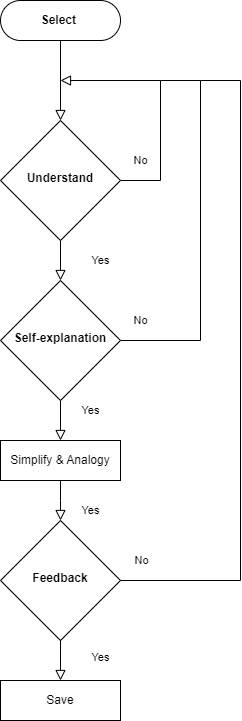
This is Feynman.png from fightmeat/photos, a draw.io export, as it was before one commit. Source tidied: cells renumbered, new cells last; positions are measured from the earlier drawing's top-left corner, leaving out a move shared by most shapes.
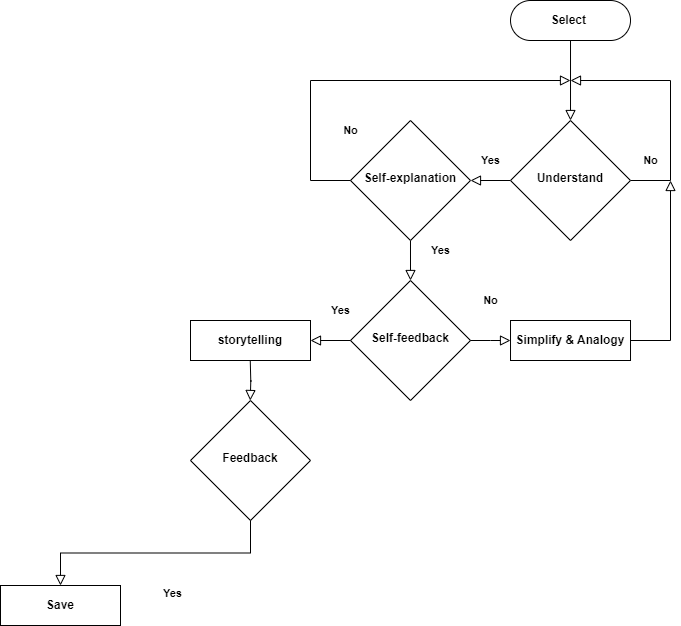
The same file after the commit.

What changed in the source:
```diff
@@ -8,10 +8,10 @@
     <mxCell id="3" value="&lt;b&gt;Select&amp;nbsp;&lt;/b&gt;" style="rounded=1;whiteSpace=wrap;html=1;fontSize=12;glass=0;strokeWidth=1;shadow=0;arcSize=50;" parent="1" vertex="1">
       <mxGeometry width="120" height="40" as="geometry" />
     </mxCell>
-    <mxCell id="4" value="Yes" style="rounded=0;html=1;jettySize=auto;fontSize=11;endArrow=block;endFill=0;endSize=8;strokeWidth=1;shadow=0;labelBackgroundColor=none;edgeStyle=orthogonalEdgeStyle;" parent="1" edge="1" source="6" target="9">
-      <mxGeometry y="40" relative="1" as="geometry" />
+    <mxCell id="4" value="&lt;b&gt;Yes&lt;/b&gt;" style="rounded=0;html=1;jettySize=auto;fontSize=11;endArrow=block;endFill=0;endSize=8;strokeWidth=1;shadow=0;labelBackgroundColor=none;edgeStyle=orthogonalEdgeStyle;" parent="1" edge="1" source="6" target="9">
+      <mxGeometry y="-20" relative="1" as="geometry" />
     </mxCell>
-    <mxCell id="5" value="No" style="edgeStyle=orthogonalEdgeStyle;rounded=0;html=1;jettySize=auto;fontSize=11;endArrow=block;endFill=0;endSize=8;strokeWidth=1;shadow=0;labelBackgroundColor=none;exitX=1;exitY=0.5;exitDx=0;exitDy=0;" parent="1" edge="1" source="6">
+    <mxCell id="5" value="&lt;b&gt;No&lt;/b&gt;" style="edgeStyle=orthogonalEdgeStyle;rounded=0;html=1;jettySize=auto;fontSize=11;endArrow=block;endFill=0;endSize=8;strokeWidth=1;shadow=0;labelBackgroundColor=none;exitX=1;exitY=0.5;exitDx=0;exitDy=0;" parent="1" edge="1" source="6">
       <mxGeometry x="-0.5" y="20" relative="1" as="geometry">
         <mxPoint x="60" y="80" as="targetPoint" />
         <Array as="points">
@@ -23,46 +23,63 @@
     <mxCell id="6" value="&lt;b&gt;Understand&lt;/b&gt;" style="rhombus;whiteSpace=wrap;html=1;shadow=0;fontFamily=Helvetica;fontSize=12;align=center;strokeWidth=1;spacing=6;spacingTop=-4;" parent="1" vertex="1">
       <mxGeometry y="120" width="120" height="120" as="geometry" />
     </mxCell>
-    <mxCell id="7" value="No" style="rounded=0;html=1;jettySize=auto;fontSize=11;endArrow=none;endFill=0;strokeWidth=1;shadow=0;labelBackgroundColor=none;edgeStyle=orthogonalEdgeStyle;exitX=1;exitY=0.5;exitDx=0;exitDy=0;" parent="1" edge="1" source="9">
-      <mxGeometry x="-0.89" y="20" relative="1" as="geometry">
-        <mxPoint x="160" y="80" as="targetPoint" />
-        <Array as="points">
-          <mxPoint x="200" y="340" />
-          <mxPoint x="200" y="80" />
-        </Array>
-      </mxGeometry>
-    </mxCell>
-    <mxCell id="8" value="Yes" style="edgeStyle=orthogonalEdgeStyle;rounded=0;html=1;jettySize=auto;fontSize=11;endArrow=block;endFill=0;endSize=8;strokeWidth=1;shadow=0;labelBackgroundColor=none;entryX=0.5;entryY=0;entryDx=0;entryDy=0;exitX=0.5;exitY=1;exitDx=0;exitDy=0;" parent="1" edge="1" source="9" target="11">
+    <mxCell id="8" value="&lt;b&gt;Yes&lt;/b&gt;" style="edgeStyle=orthogonalEdgeStyle;rounded=0;html=1;jettySize=auto;fontSize=11;endArrow=block;endFill=0;endSize=8;strokeWidth=1;shadow=0;labelBackgroundColor=none;entryX=0.5;entryY=0;entryDx=0;entryDy=0;exitX=0.5;exitY=1;exitDx=0;exitDy=0;" parent="1" edge="1" source="9" target="18">
       <mxGeometry x="-0.5" y="30" relative="1" as="geometry" />
     </mxCell>
     <mxCell id="9" value="&lt;b&gt;Self-explanation&lt;/b&gt;" style="rhombus;whiteSpace=wrap;html=1;shadow=0;fontFamily=Helvetica;fontSize=12;align=center;strokeWidth=1;spacing=6;spacingTop=-4;" parent="1" vertex="1">
-      <mxGeometry y="280" width="120" height="120" as="geometry" />
+      <mxGeometry x="-160" y="120" width="120" height="120" as="geometry" />
     </mxCell>
     <mxCell id="10" value="&lt;b&gt;Feedback&lt;/b&gt;" style="rhombus;whiteSpace=wrap;html=1;shadow=0;fontFamily=Helvetica;fontSize=12;align=center;strokeWidth=1;spacing=6;spacingTop=-4;" parent="1" vertex="1">
-      <mxGeometry y="520" width="120" height="120" as="geometry" />
+      <mxGeometry x="-320" y="400" width="120" height="120" as="geometry" />
     </mxCell>
-    <mxCell id="11" value="Simplify &amp;amp; Analogy" style="rounded=1;whiteSpace=wrap;html=1;fontSize=12;glass=0;strokeWidth=1;shadow=0;arcSize=0;" parent="1" vertex="1">
-      <mxGeometry y="440" width="120" height="40" as="geometry" />
+    <mxCell id="11" value="&lt;b&gt;Simplify &amp;amp; Analogy&lt;/b&gt;" style="rounded=1;whiteSpace=wrap;html=1;fontSize=12;glass=0;strokeWidth=1;shadow=0;arcSize=0;" parent="1" vertex="1">
+      <mxGeometry y="320" width="120" height="40" as="geometry" />
     </mxCell>
-    <mxCell id="12" value="Yes" style="edgeStyle=orthogonalEdgeStyle;rounded=0;html=1;jettySize=auto;fontSize=11;endArrow=block;endFill=0;endSize=8;strokeWidth=1;shadow=0;labelBackgroundColor=none;exitX=0.5;exitY=1;exitDx=0;exitDy=0;" parent="1" edge="1" source="11">
-      <mxGeometry x="0.47" y="30" relative="1" as="geometry">
-        <mxPoint x="60" y="520" as="targetPoint" />
+    <mxCell id="12" style="edgeStyle=orthogonalEdgeStyle;rounded=0;html=1;jettySize=auto;orthogonalLoop=1;fontSize=11;endArrow=block;endFill=0;endSize=8;strokeWidth=1;shadow=0;labelBackgroundColor=none;" parent="1" edge="1">
+      <mxGeometry x="-0.82" y="190" relative="1" as="geometry">
+        <mxPoint x="120" y="340" as="sourcePoint" />
+        <mxPoint x="160" y="180" as="targetPoint" />
+        <Array as="points">
+          <mxPoint x="160" y="340" />
+        </Array>
       </mxGeometry>
     </mxCell>
-    <mxCell id="13" value="No" style="edgeStyle=orthogonalEdgeStyle;rounded=0;html=1;jettySize=auto;fontSize=11;endArrow=none;endFill=0;endSize=8;strokeWidth=1;shadow=0;labelBackgroundColor=none;exitX=1;exitY=0.5;exitDx=0;exitDy=0;" parent="1" edge="1" source="10">
-      <mxGeometry x="-0.94" y="20" relative="1" as="geometry">
-        <mxPoint x="200" y="80" as="targetPoint" />
-        <Array as="points">
-          <mxPoint x="240" y="580" />
-          <mxPoint x="240" y="80" />
-        </Array>
-      </mxGeometry>
-    </mxCell>
-    <mxCell id="14" value="Save" style="rounded=1;whiteSpace=wrap;html=1;fontSize=12;glass=0;strokeWidth=1;shadow=0;arcSize=0;" parent="1" vertex="1">
-      <mxGeometry y="680" width="120" height="40" as="geometry" />
+    <mxCell id="14" value="&lt;b&gt;Save&lt;/b&gt;" style="rounded=1;whiteSpace=wrap;html=1;fontSize=12;glass=0;strokeWidth=1;shadow=0;arcSize=0;" parent="1" vertex="1">
+      <mxGeometry x="-510" y="585" width="120" height="40" as="geometry" />
     </mxCell>
-    <mxCell id="15" value="Yes" style="edgeStyle=orthogonalEdgeStyle;rounded=0;html=1;jettySize=auto;fontSize=11;endArrow=block;endFill=0;endSize=8;strokeWidth=1;shadow=0;labelBackgroundColor=none;entryX=0.5;entryY=0;entryDx=0;entryDy=0;exitX=0.5;exitY=1;exitDx=0;exitDy=0;" parent="1" edge="1" source="10" target="14">
+    <mxCell id="15" value="&lt;b&gt;Yes&lt;/b&gt;" style="edgeStyle=orthogonalEdgeStyle;rounded=0;html=1;jettySize=auto;fontSize=11;endArrow=block;endFill=0;endSize=8;strokeWidth=1;shadow=0;labelBackgroundColor=none;entryX=0.5;entryY=0;entryDx=0;entryDy=0;exitX=0.5;exitY=1;exitDx=0;exitDy=0;" parent="1" edge="1" source="10" target="14">
       <mxGeometry x="-0.13" y="40" relative="1" as="geometry" />
     </mxCell>
+    <mxCell id="16" value="&lt;b&gt;storytelling&lt;/b&gt;" style="rounded=1;whiteSpace=wrap;html=1;fontSize=12;glass=0;strokeWidth=1;shadow=0;arcSize=0;" parent="1" vertex="1">
+      <mxGeometry x="-320" y="320" width="120" height="40" as="geometry" />
+    </mxCell>
+    <mxCell id="17" value="&lt;b&gt;No&lt;/b&gt;" style="edgeStyle=orthogonalEdgeStyle;rounded=0;html=1;jettySize=auto;fontSize=11;endArrow=block;endFill=0;endSize=8;strokeWidth=1;shadow=0;labelBackgroundColor=none;exitX=0;exitY=0.5;exitDx=0;exitDy=0;" parent="1" edge="1" source="9">
+      <mxGeometry x="-0.55" y="-40" relative="1" as="geometry">
+        <mxPoint x="60" y="80" as="targetPoint" />
+        <Array as="points">
+          <mxPoint x="-200" y="180" />
+          <mxPoint x="-200" y="80" />
+        </Array>
+      </mxGeometry>
+    </mxCell>
+    <mxCell id="18" value="&lt;b&gt;Self-feedback&lt;/b&gt;" style="rhombus;whiteSpace=wrap;html=1;shadow=0;fontFamily=Helvetica;fontSize=12;align=center;strokeWidth=1;spacing=6;spacingTop=-4;" parent="1" vertex="1">
+      <mxGeometry x="-160" y="280" width="120" height="120" as="geometry" />
+    </mxCell>
+    <mxCell id="19" value="&lt;b&gt;Yes&lt;/b&gt;" style="edgeStyle=orthogonalEdgeStyle;rounded=0;html=1;jettySize=auto;fontSize=11;endArrow=block;endFill=0;endSize=8;strokeWidth=1;shadow=0;labelBackgroundColor=none;exitX=0;exitY=0.5;exitDx=0;exitDy=0;entryX=1;entryY=0.5;entryDx=0;entryDy=0;" parent="1" edge="1" source="18" target="16">
+      <mxGeometry x="-0.5" y="-30" relative="1" as="geometry" />
+    </mxCell>
+    <mxCell id="20" value="&lt;b&gt;No&lt;/b&gt;" style="edgeStyle=orthogonalEdgeStyle;rounded=0;html=1;jettySize=auto;fontSize=11;endArrow=block;endFill=0;endSize=8;strokeWidth=1;shadow=0;labelBackgroundColor=none;exitX=1;exitY=0.5;exitDx=0;exitDy=0;" parent="1" edge="1" source="18">
+      <mxGeometry x="-0.01" y="-40" relative="1" as="geometry">
+        <mxPoint y="340" as="targetPoint" />
+        <mxPoint x="40" y="-40" as="offset" />
+      </mxGeometry>
+    </mxCell>
+    <mxCell id="21" style="edgeStyle=orthogonalEdgeStyle;rounded=0;html=1;jettySize=auto;orthogonalLoop=1;fontSize=11;endArrow=block;endFill=0;endSize=8;strokeWidth=1;shadow=0;labelBackgroundColor=none;entryX=0.5;entryY=0;entryDx=0;entryDy=0;exitX=0.5;exitY=1;exitDx=0;exitDy=0;" parent="1" edge="1">
+      <mxGeometry x="1" y="449" relative="1" as="geometry">
+        <mxPoint x="-260.2" y="360" as="sourcePoint" />
+        <mxPoint x="-260.2" y="400" as="targetPoint" />
+        <mxPoint x="-19" y="118" as="offset" />
+      </mxGeometry>
+    </mxCell>
   </root>
 </mxGraphModel>
```
